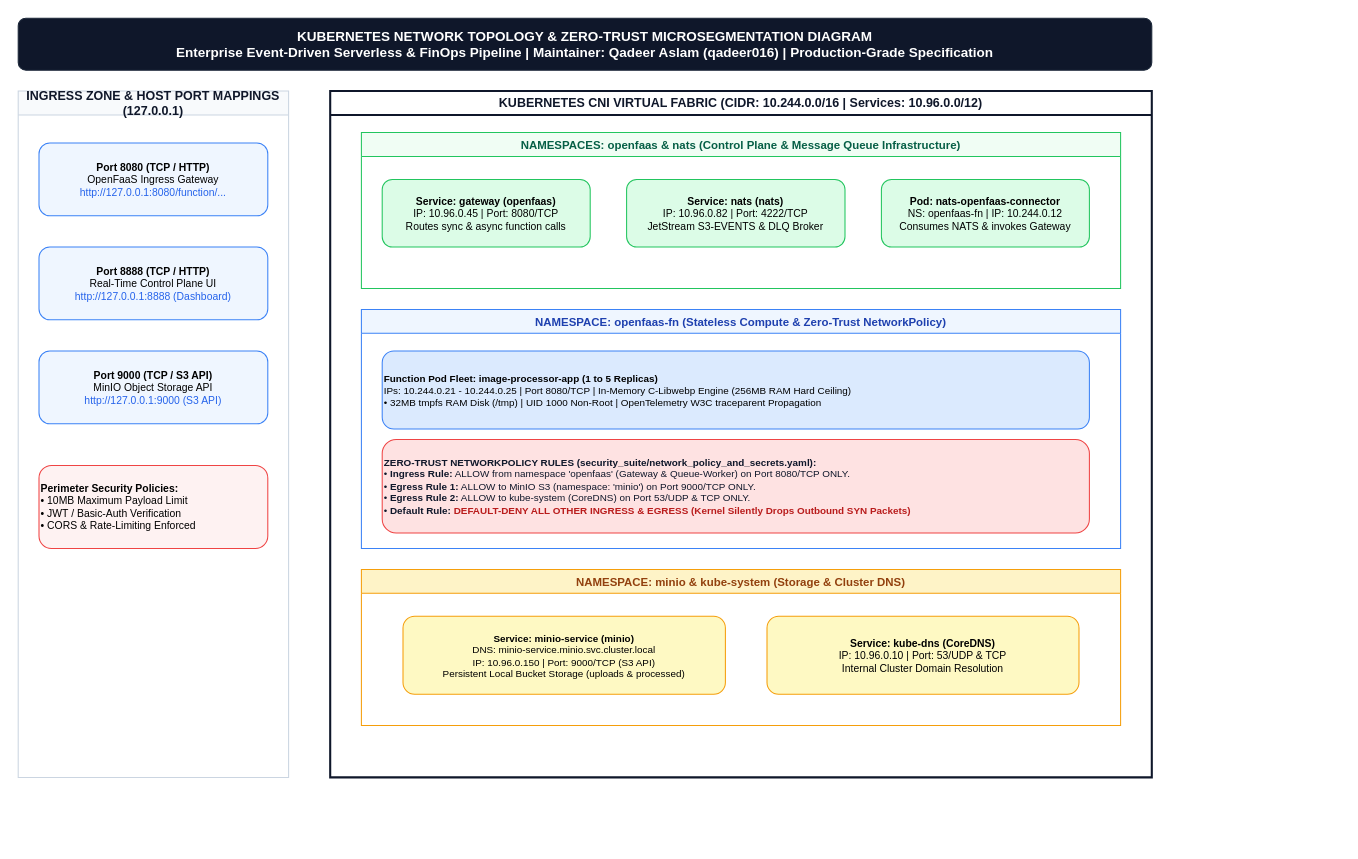
Above: page "2. Network Topology & Microsegmentation" (2 of 6) of architecture_diagrams/all.drawio in qadeeraay/serverless-cost-pipeline (draw.io), before the change. Source tidied: cells renumbered, new cells numbered last; positions are measured from the earlier drawing's top-left corner, leaving out a move shared by most shapes. Both pictures are drawn from the tidied source at 104%, with x=0, y=0 at pixel (18, 18).
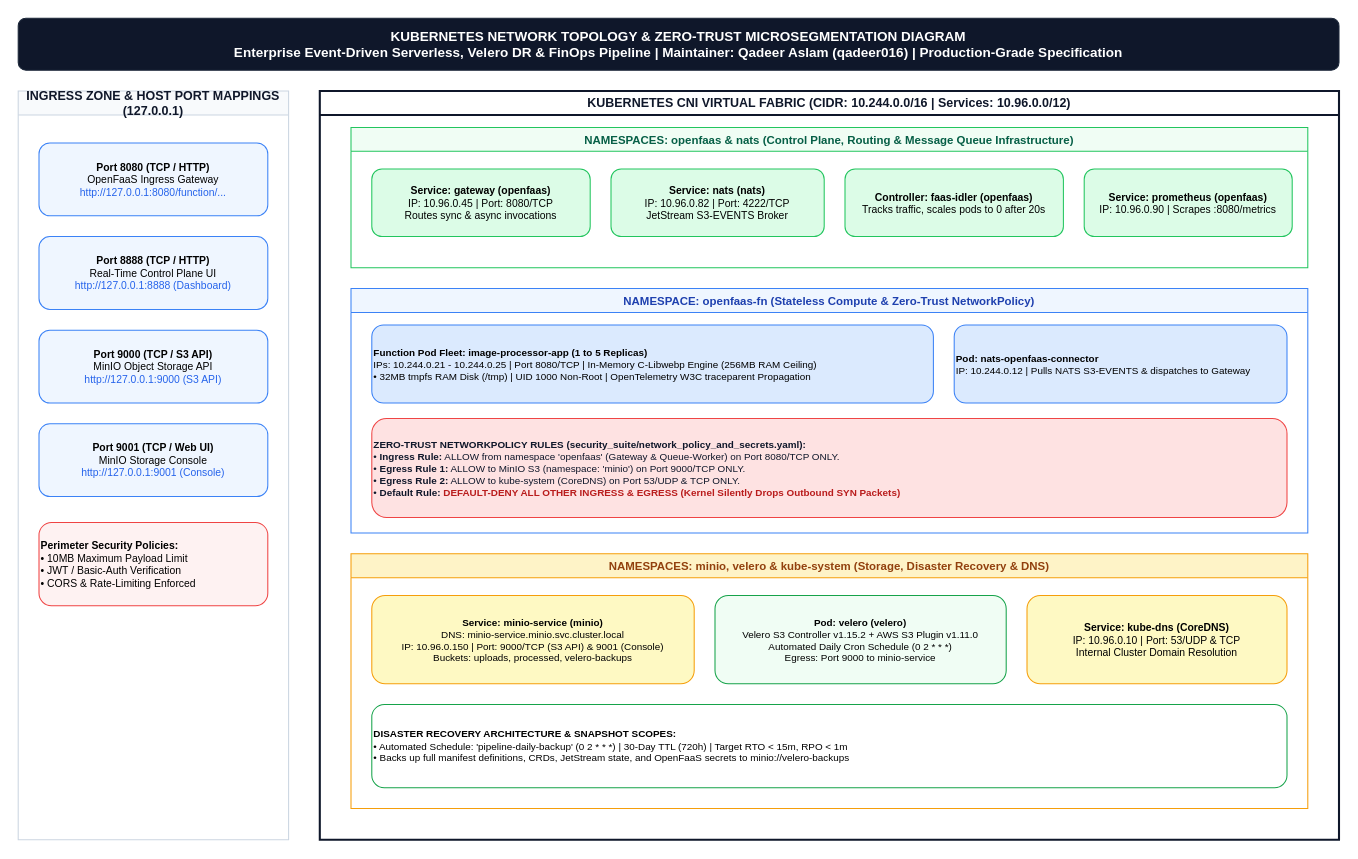
The same page after the edit.

Commit message (it also covers changes not shown here):
feat: update system architecture diagrams and documentation to include disaster recovery and Velero integration details

What changed in the source:
```diff
@@
-    <mxCell id="2" value="KUBERNETES NETWORK TOPOLOGY &amp; ZERO-TRUST MICROSEGMENTATION DIAGRAM&#10;Enterprise Event-Driven Serverless &amp; FinOps Pipeline | Maintainer: Qadeer Aslam (qadeer016) | Production-Grade Specification" style="rounded=1;whiteSpace=wrap;html=1;fillColor=#0f172a;strokeColor=#1e293b;fontColor=#ffffff;fontSize=13;fontStyle=1;align=center;" parent="1" vertex="1">
-      <mxGeometry width="1090" height="50" as="geometry" />
+    <mxCell id="2" value="KUBERNETES NETWORK TOPOLOGY &amp; ZERO-TRUST MICROSEGMENTATION DIAGRAM&#10;Enterprise Event-Driven Serverless, Velero DR &amp; FinOps Pipeline | Maintainer: Qadeer Aslam (qadeer016) | Production-Grade Specification" style="rounded=1;whiteSpace=wrap;html=1;fillColor=#0f172a;strokeColor=#1e293b;fontColor=#ffffff;fontSize=13;fontStyle=1;align=center;" parent="1" vertex="1">
+      <mxGeometry width="1270" height="50" as="geometry" />
     </mxCell>
     <mxCell id="3" value="INGRESS ZONE &amp; HOST PORT MAPPINGS (127.0.0.1)" style="swimlane;whiteSpace=wrap;html=1;fillColor=#f8fafc;strokeColor=#cbd5e1;fontColor=#0f172a;fontSize=12;fontStyle=1;" parent="1" vertex="1">
-      <mxGeometry y="70" width="260" height="660" as="geometry" />
+      <mxGeometry y="70" width="260" height="720" as="geometry" />
     </mxCell>
@@
     <mxCell id="5" value="&lt;b&gt;Port 8888 (TCP / HTTP)&lt;/b&gt;&lt;br&gt;Real-Time Control Plane UI&lt;br&gt;&lt;font color='#2563eb'&gt;http://127.0.0.1:8888 (Dashboard)&lt;/font&gt;" style="rounded=1;whiteSpace=wrap;html=1;fillColor=#eff6ff;strokeColor=#3b82f6;fontSize=10;" parent="3" vertex="1">
-      <mxGeometry x="20" y="150" width="220" height="70" as="geometry" />
+      <mxGeometry x="20" y="140" width="220" height="70" as="geometry" />
     </mxCell>
     <mxCell id="6" value="&lt;b&gt;Port 9000 (TCP / S3 API)&lt;/b&gt;&lt;br&gt;MinIO Object Storage API&lt;br&gt;&lt;font color='#2563eb'&gt;http://127.0.0.1:9000 (S3 API)&lt;/font&gt;" style="rounded=1;whiteSpace=wrap;html=1;fillColor=#eff6ff;strokeColor=#3b82f6;fontSize=10;" parent="3" vertex="1">
-      <mxGeometry x="20" y="250" width="220" height="70" as="geometry" />
+      <mxGeometry x="20" y="230" width="220" height="70" as="geometry" />
     </mxCell>
+    <mxCell id="19" value="&lt;b&gt;Port 9001 (TCP / Web UI)&lt;/b&gt;&lt;br&gt;MinIO Storage Console&lt;br&gt;&lt;font color='#2563eb'&gt;http://127.0.0.1:9001 (Console)&lt;/font&gt;" style="rounded=1;whiteSpace=wrap;html=1;fillColor=#eff6ff;strokeColor=#3b82f6;fontSize=10;" parent="3" vertex="1">
+      <mxGeometry x="20" y="320" width="220" height="70" as="geometry" />
+    </mxCell>
     <mxCell id="7" value="&lt;b&gt;Perimeter Security Policies:&lt;/b&gt;&lt;br&gt;• 10MB Maximum Payload Limit&lt;br&gt;• JWT / Basic-Auth Verification&lt;br&gt;• CORS &amp; Rate-Limiting Enforced" style="rounded=1;whiteSpace=wrap;html=1;fillColor=#fef2f2;strokeColor=#ef4444;fontSize=10;align=left;" parent="3" vertex="1">
-      <mxGeometry x="20" y="360" width="220" height="80" as="geometry" />
+      <mxGeometry x="20" y="415" width="220" height="80" as="geometry" />
     </mxCell>
     <mxCell id="8" value="KUBERNETES CNI VIRTUAL FABRIC (CIDR: 10.244.0.0/16 | Services: 10.96.0.0/12)" style="swimlane;whiteSpace=wrap;html=1;fillColor=#ffffff;strokeColor=#0f172a;strokeWidth=2;fontColor=#0f172a;fontSize=12;fontStyle=1;" parent="1" vertex="1">
-      <mxGeometry x="300" y="70" width="790" height="660" as="geometry" />
+      <mxGeometry x="290" y="70" width="980" height="720" as="geometry" />
     </mxCell>
-    <mxCell id="9" value="NAMESPACES: openfaas &amp; nats (Control Plane &amp; Message Queue Infrastructure)" style="swimlane;whiteSpace=wrap;html=1;fillColor=#f0fdf4;strokeColor=#22c55e;fontColor=#065f46;fontSize=11;fontStyle=1;" parent="8" vertex="1">
-      <mxGeometry x="30" y="40" width="730" height="150" as="geometry" />
+    <mxCell id="9" value="NAMESPACES: openfaas &amp; nats (Control Plane, Routing &amp; Message Queue Infrastructure)" style="swimlane;whiteSpace=wrap;html=1;fillColor=#f0fdf4;strokeColor=#22c55e;fontColor=#065f46;fontSize=11;fontStyle=1;" parent="8" vertex="1">
+      <mxGeometry x="30" y="35" width="920" height="135" as="geometry" />
     </mxCell>
-    <mxCell id="10" value="&lt;b&gt;Service: gateway (openfaas)&lt;/b&gt;&lt;br&gt;IP: 10.96.0.45 | Port: 8080/TCP&lt;br&gt;Routes sync &amp; async function calls" style="rounded=1;whiteSpace=wrap;html=1;fillColor=#dcfce7;strokeColor=#22c55e;fontSize=10;" parent="9" vertex="1">
-      <mxGeometry x="20" y="45" width="200" height="65" as="geometry" />
+    <mxCell id="10" value="&lt;b&gt;Service: gateway (openfaas)&lt;/b&gt;&lt;br&gt;IP: 10.96.0.45 | Port: 8080/TCP&lt;br&gt;Routes sync &amp; async invocations" style="rounded=1;whiteSpace=wrap;html=1;fillColor=#dcfce7;strokeColor=#22c55e;fontSize=10;" parent="9" vertex="1">
+      <mxGeometry x="20" y="40" width="210" height="65" as="geometry" />
     </mxCell>
-    <mxCell id="11" value="&lt;b&gt;Service: nats (nats)&lt;/b&gt;&lt;br&gt;IP: 10.96.0.82 | Port: 4222/TCP&lt;br&gt;JetStream S3-EVENTS &amp; DLQ Broker" style="rounded=1;whiteSpace=wrap;html=1;fillColor=#dcfce7;strokeColor=#22c55e;fontSize=10;" parent="9" vertex="1">
-      <mxGeometry x="255" y="45" width="210" height="65" as="geometry" />
+    <mxCell id="11" value="&lt;b&gt;Service: nats (nats)&lt;/b&gt;&lt;br&gt;IP: 10.96.0.82 | Port: 4222/TCP&lt;br&gt;JetStream S3-EVENTS Broker" style="rounded=1;whiteSpace=wrap;html=1;fillColor=#dcfce7;strokeColor=#22c55e;fontSize=10;" parent="9" vertex="1">
+      <mxGeometry x="250" y="40" width="205" height="65" as="geometry" />
     </mxCell>
-    <mxCell id="12" value="&lt;b&gt;Pod: nats-openfaas-connector&lt;/b&gt;&lt;br&gt;NS: openfaas-fn | IP: 10.244.0.12&lt;br&gt;Consumes NATS &amp; invokes Gateway" style="rounded=1;whiteSpace=wrap;html=1;fillColor=#dcfce7;strokeColor=#22c55e;fontSize=10;" parent="9" vertex="1">
-      <mxGeometry x="500" y="45" width="200" height="65" as="geometry" />
-    </mxCell>
+    <mxCell id="20" value="&lt;b&gt;Controller: faas-idler (openfaas)&lt;/b&gt;&lt;br&gt;Tracks traffic, scales pods to 0 after 20s" style="rounded=1;whiteSpace=wrap;html=1;fillColor=#dcfce7;strokeColor=#22c55e;fontSize=10;" parent="9" vertex="1">
+      <mxGeometry x="475" y="40" width="210" height="65" as="geometry" />
+    </mxCell>
+    <mxCell id="21" value="&lt;b&gt;Service: prometheus (openfaas)&lt;/b&gt;&lt;br&gt;IP: 10.96.0.90 | Scrapes :8080/metrics" style="rounded=1;whiteSpace=wrap;html=1;fillColor=#dcfce7;strokeColor=#22c55e;fontSize=10;" parent="9" vertex="1">
+      <mxGeometry x="705" y="40" width="200" height="65" as="geometry" />
+    </mxCell>
     <mxCell id="13" value="NAMESPACE: openfaas-fn (Stateless Compute &amp; Zero-Trust NetworkPolicy)" style="swimlane;whiteSpace=wrap;html=1;fillColor=#eff6ff;strokeColor=#3b82f6;fontColor=#1e40af;fontSize=11;fontStyle=1;" parent="8" vertex="1">
-      <mxGeometry x="30" y="210" width="730" height="230" as="geometry" />
+      <mxGeometry x="30" y="190" width="920" height="235" as="geometry" />
     </mxCell>
-    <mxCell id="14" value="&lt;b&gt;Function Pod Fleet: image-processor-app (1 to 5 Replicas)&lt;/b&gt;&lt;br&gt;IPs: 10.244.0.21 - 10.244.0.25 | Port 8080/TCP | In-Memory C-Libwebp Engine (256MB RAM Hard Ceiling)&lt;br&gt;• 32MB tmpfs RAM Disk (/tmp) | UID 1000 Non-Root | OpenTelemetry W3C traceparent Propagation" style="rounded=1;whiteSpace=wrap;html=1;fillColor=#dbeafe;strokeColor=#3b82f6;fontSize=9.5;align=left;" parent="13" vertex="1">
-      <mxGeometry x="20" y="40" width="680" height="75" as="geometry" />
+    <mxCell id="14" value="&lt;b&gt;Function Pod Fleet: image-processor-app (1 to 5 Replicas)&lt;/b&gt;&lt;br&gt;IPs: 10.244.0.21 - 10.244.0.25 | Port 8080/TCP | In-Memory C-Libwebp Engine (256MB RAM Ceiling)&lt;br&gt;• 32MB tmpfs RAM Disk (/tmp) | UID 1000 Non-Root | OpenTelemetry W3C traceparent Propagation" style="rounded=1;whiteSpace=wrap;html=1;fillColor=#dbeafe;strokeColor=#3b82f6;fontSize=9.5;align=left;" parent="13" vertex="1">
+      <mxGeometry x="20" y="35" width="540" height="75" as="geometry" />
     </mxCell>
+    <mxCell id="22" value="&lt;b&gt;Pod: nats-openfaas-connector&lt;/b&gt;&lt;br&gt;IP: 10.244.0.12 | Pulls NATS S3-EVENTS &amp; dispatches to Gateway" style="rounded=1;whiteSpace=wrap;html=1;fillColor=#dbeafe;strokeColor=#3b82f6;fontSize=9.5;align=left;" parent="13" vertex="1">
+      <mxGeometry x="580" y="35" width="320" height="75" as="geometry" />
+    </mxCell>
     <mxCell id="15" value="&lt;b&gt;ZERO-TRUST NETWORKPOLICY RULES (security_suite/network_policy_and_secrets.yaml):&lt;/b&gt;&lt;br&gt;• &lt;b&gt;Ingress Rule:&lt;/b&gt; ALLOW from namespace 'openfaas' (Gateway &amp; Queue-Worker) on Port 8080/TCP ONLY.&lt;br&gt;• &lt;b&gt;Egress Rule 1:&lt;/b&gt; ALLOW to MinIO S3 (namespace: 'minio') on Port 9000/TCP ONLY.&lt;br&gt;• &lt;b&gt;Egress Rule 2:&lt;/b&gt; ALLOW to kube-system (CoreDNS) on Port 53/UDP &amp; TCP ONLY.&lt;br&gt;• &lt;b&gt;Default Rule:&lt;/b&gt; &lt;font color='#b91c1c'&gt;&lt;b&gt;DEFAULT-DENY ALL OTHER INGRESS &amp; EGRESS (Kernel Silently Drops Outbound SYN Packets)&lt;/b&gt;&lt;/font&gt;" style="rounded=1;whiteSpace=wrap;html=1;fillColor=#fee2e2;strokeColor=#ef4444;fontColor=#0f172a;fontSize=9.5;align=left;" parent="13" vertex="1">
-      <mxGeometry x="20" y="125" width="680" height="90" as="geometry" />
+      <mxGeometry x="20" y="125" width="880" height="95" as="geometry" />
     </mxCell>
-    <mxCell id="16" value="NAMESPACE: minio &amp; kube-system (Storage &amp; Cluster DNS)" style="swimlane;whiteSpace=wrap;html=1;fillColor=#fef3c7;strokeColor=#f59e0b;fontColor=#92400e;fontSize=11;fontStyle=1;" parent="8" vertex="1">
-      <mxGeometry x="30" y="460" width="730" height="150" as="geometry" />
+    <mxCell id="16" value="NAMESPACES: minio, velero &amp; kube-system (Storage, Disaster Recovery &amp; DNS)" style="swimlane;whiteSpace=wrap;html=1;fillColor=#fef3c7;strokeColor=#f59e0b;fontColor=#92400e;fontSize=11;fontStyle=1;" parent="8" vertex="1">
+      <mxGeometry x="30" y="445" width="920" height="245" as="geometry" />
     </mxCell>
-    <mxCell id="17" value="&lt;b&gt;Service: minio-service (minio)&lt;/b&gt;&lt;br&gt;DNS: minio-service.minio.svc.cluster.local&lt;br&gt;IP: 10.96.0.150 | Port: 9000/TCP (S3 API)&lt;br&gt;Persistent Local Bucket Storage (uploads &amp; processed)" style="rounded=1;whiteSpace=wrap;html=1;fillColor=#fef9c3;strokeColor=#f59e0b;fontSize=9.5;" parent="16" vertex="1">
-      <mxGeometry x="40" y="45" width="310" height="75" as="geometry" />
+    <mxCell id="17" value="&lt;b&gt;Service: minio-service (minio)&lt;/b&gt;&lt;br&gt;DNS: minio-service.minio.svc.cluster.local&lt;br&gt;IP: 10.96.0.150 | Port: 9000/TCP (S3 API) &amp; 9001 (Console)&lt;br&gt;Buckets: uploads, processed, velero-backups" style="rounded=1;whiteSpace=wrap;html=1;fillColor=#fef9c3;strokeColor=#f59e0b;fontSize=9.5;" parent="16" vertex="1">
+      <mxGeometry x="20" y="40" width="310" height="85" as="geometry" />
     </mxCell>
+    <mxCell id="23" value="&lt;b&gt;Pod: velero (velero)&lt;/b&gt;&lt;br&gt;Velero S3 Controller v1.15.2 + AWS S3 Plugin v1.11.0&lt;br&gt;Automated Daily Cron Schedule (0 2 * * *)&lt;br&gt;Egress: Port 9000 to minio-service" style="rounded=1;whiteSpace=wrap;html=1;fillColor=#f0fdf4;strokeColor=#16a34a;fontSize=9.5;" parent="16" vertex="1">
+      <mxGeometry x="350" y="40" width="280" height="85" as="geometry" />
+    </mxCell>
     <mxCell id="18" value="&lt;b&gt;Service: kube-dns (CoreDNS)&lt;/b&gt;&lt;br&gt;IP: 10.96.0.10 | Port: 53/UDP &amp; TCP&lt;br&gt;Internal Cluster Domain Resolution" style="rounded=1;whiteSpace=wrap;html=1;fillColor=#fef9c3;strokeColor=#f59e0b;fontSize=10;" parent="16" vertex="1">
-      <mxGeometry x="390" y="45" width="300" height="75" as="geometry" />
+      <mxGeometry x="650" y="40" width="250" height="85" as="geometry" />
     </mxCell>
+    <mxCell id="24" value="&lt;b&gt;DISASTER RECOVERY ARCHITECTURE &amp; SNAPSHOT SCOPES:&lt;/b&gt;&lt;br&gt;• Automated Schedule: 'pipeline-daily-backup' (0 2 * * *) | 30-Day TTL (720h) | Target RTO &lt; 15m, RPO &lt; 1m&lt;br&gt;• Backs up full manifest definitions, CRDs, JetStream state, and OpenFaaS secrets to minio://velero-backups" style="rounded=1;whiteSpace=wrap;html=1;fillColor=#ffffff;strokeColor=#16a34a;fontSize=9.5;align=left;" parent="16" vertex="1">
+      <mxGeometry x="20" y="145" width="880" height="80" as="geometry" />
+    </mxCell>
```
